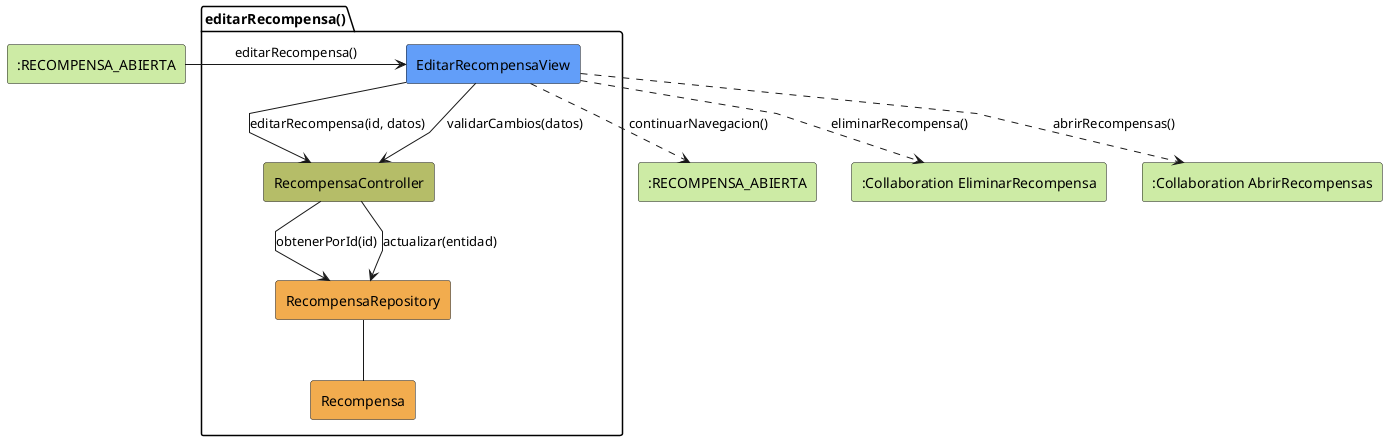
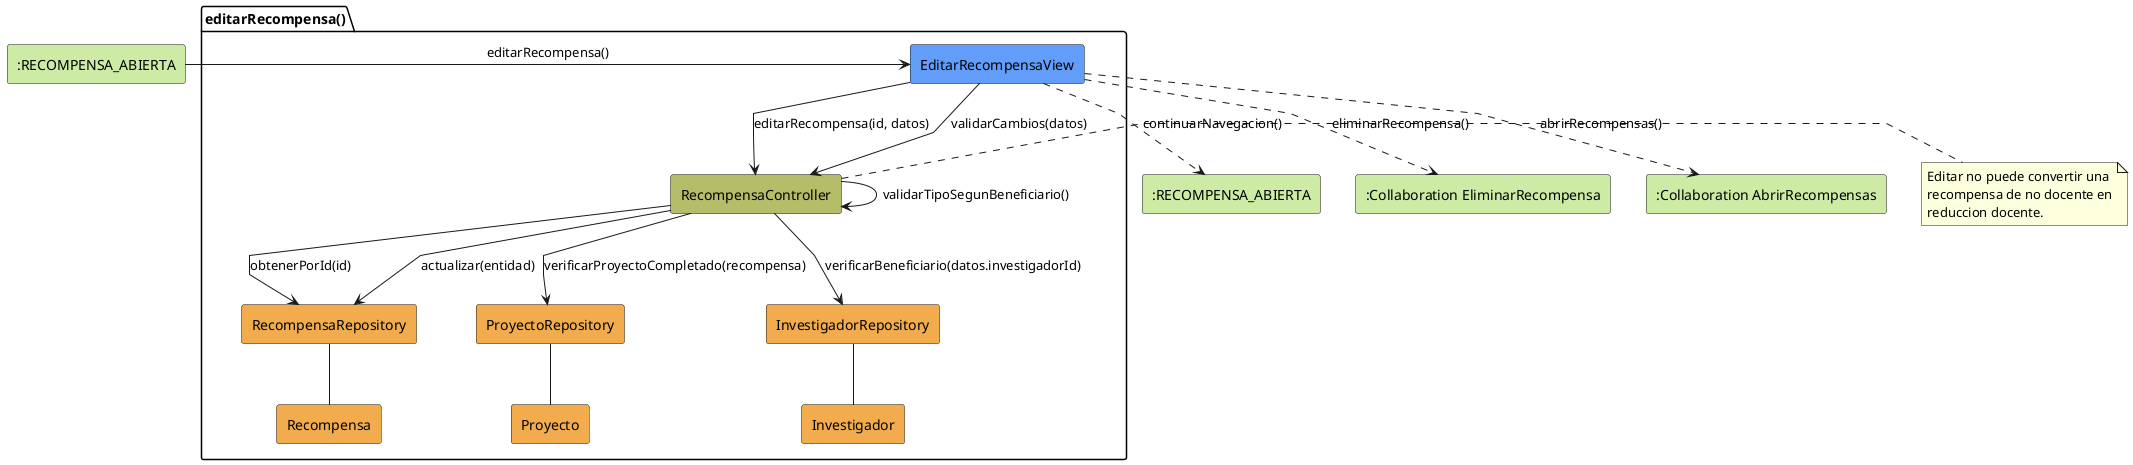
@startuml editarRecompensa-analisis
skinparam linetype polyline

rectangle #CDEBA5 ":RECOMPENSA_ABIERTA" as EstadoEntrada
package editarRecompensa as "editarRecompensa()" {
    rectangle #629EF9 EditarRecompensaView
    rectangle #b5bd68 RecompensaController
    rectangle #F2AC4E RecompensaRepository
+     rectangle #F2AC4E ProyectoRepository
+     rectangle #F2AC4E InvestigadorRepository
    rectangle #F2AC4E Recompensa
+     rectangle #F2AC4E Proyecto
+     rectangle #F2AC4E Investigador
}

rectangle #CDEBA5 ":RECOMPENSA_ABIERTA" as EstadoSalida
rectangle #CDEBA5 ":Collaboration EliminarRecompensa" as EliminarRecompensa
rectangle #CDEBA5 ":Collaboration AbrirRecompensas" as AbrirRecompensas

EstadoEntrada -r-> EditarRecompensaView: editarRecompensa()

EditarRecompensaView -d-> RecompensaController: editarRecompensa(id, datos)
EditarRecompensaView --> RecompensaController: validarCambios(datos)
RecompensaController --> RecompensaRepository: obtenerPorId(id)
+ RecompensaController --> ProyectoRepository: verificarProyectoCompletado(recompensa)
+ RecompensaController --> InvestigadorRepository: verificarBeneficiario(datos.investigadorId)
+ RecompensaController --> RecompensaController: validarTipoSegunBeneficiario()
RecompensaController --> RecompensaRepository: actualizar(entidad)
RecompensaRepository -- Recompensa
+ ProyectoRepository -- Proyecto
+ InvestigadorRepository -- Investigador
+ note right of RecompensaController
+ Editar no puede convertir una
+ recompensa de no docente en
+ reduccion docente.
+ end note
EditarRecompensaView ..> EstadoSalida: continuarNavegacion()
EditarRecompensaView ..> EliminarRecompensa: eliminarRecompensa()
EditarRecompensaView ..> AbrirRecompensas: abrirRecompensas()

@enduml
